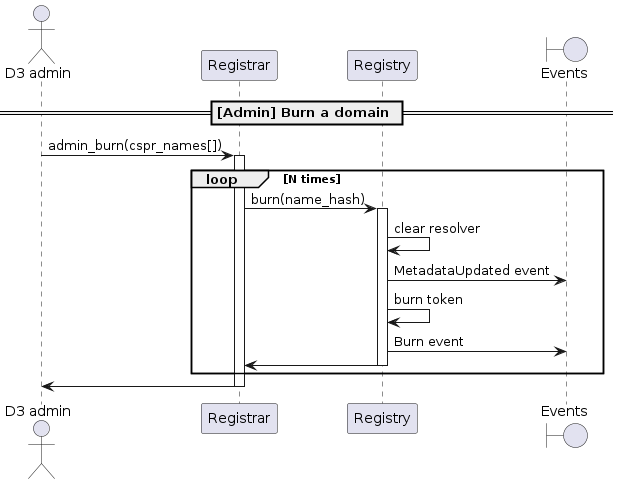
Earlier version of the PlantUML export docs/sequence-diagrams/puml/burn-domain.png (make-software/cspr-name-contracts).
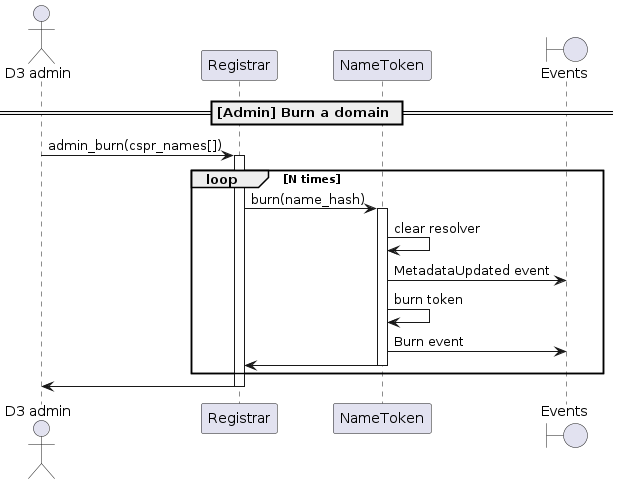
The same file after the commit.

What changed in the source:
```diff
@@ -2,7 +2,7 @@
 
 actor "D3 admin"
 participant "Registrar"
-participant "Registry"
+participant "NameToken"
 boundary "Events"
 
 == [Admin] Burn a domain ==
@@ -10,14 +10,14 @@
 "D3 admin" -> "Registrar": admin_burn(cspr_names[])
 activate Registrar
 loop N times
-    Registrar -> Registry: burn(name_hash)
-    activate Registry
-    Registry -> Registry: clear resolver
-    Registry -> "Events": MetadataUpdated event
-    Registry -> Registry: burn token
-    Registry -> "Events": Burn event
-    Registry -> Registrar
-    deactivate Registry
+    Registrar -> NameToken: burn(name_hash)
+    activate NameToken
+    NameToken -> NameToken: clear resolver
+    NameToken -> "Events": MetadataUpdated event
+    NameToken -> NameToken: burn token
+    NameToken -> "Events": Burn event
+    NameToken -> Registrar
+    deactivate NameToken
 end
 Registrar -> "D3 admin"
 deactivate Registrar
```
